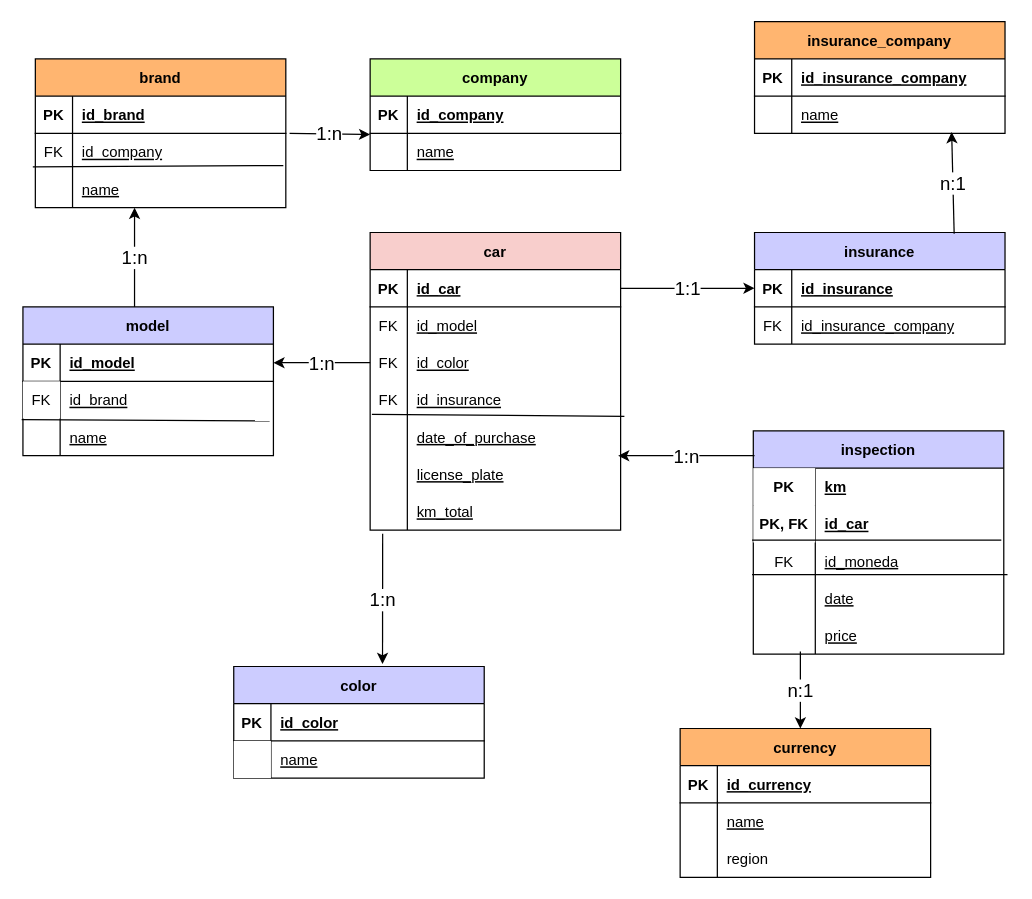
Before: diagrama.drawio in CGraciolli/Normalized-ER-Model-And-SQL-Query, a draw.io diagram. Source tidied: cells renumbered, new cells numbered last; positions are measured from the earlier drawing's top-left corner, leaving out a move shared by most shapes. Both pictures are drawn from the tidied source at 124%, with x=0, y=0 at pixel (22, 21).
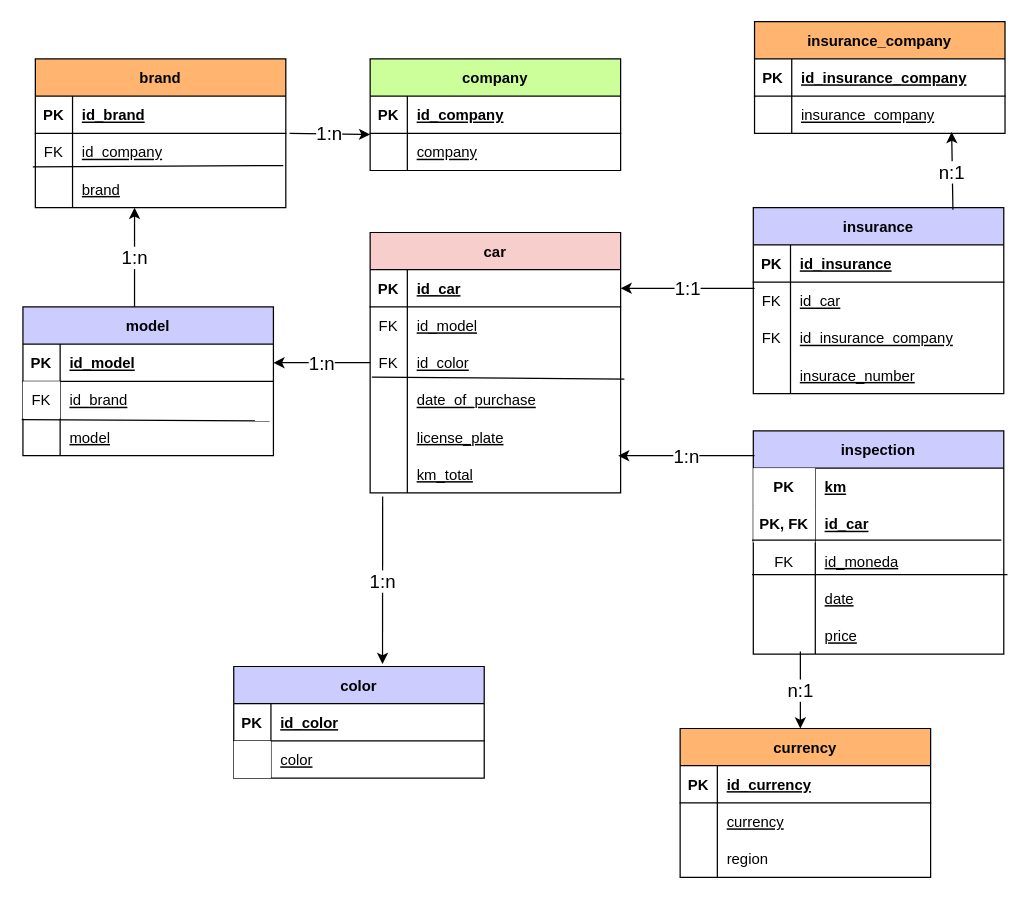
The same page after the edit.

The change refers to these unchanged cells:
```xml
<mxCell id="3" style="shape=partialRectangle;fillColor=none;points=[[0,0.5],[1,0.5]];portConstraint=eastwest;top=0;left=0;right=0;bottom=1;" parent="2" vertex="1">
  <mxGeometry y="30" width="202" height="30" as="geometry" />
</mxCell>
<mxCell id="32" style="shape=partialRectangle;fillColor=none;points=[[0,0.5],[1,0.5]];portConstraint=eastwest;top=0;left=0;right=0;bottom=0;" parent="25" vertex="1">
  <mxGeometry y="90" width="202" height="30" as="geometry" />
</mxCell>
<mxCell id="37" style="shape=partialRectangle;fillColor=none;points=[[0,0.5],[1,0.5]];portConstraint=eastwest;top=0;left=0;right=0;bottom=1;" parent="36" vertex="1">
  <mxGeometry y="30" width="202" height="30" as="geometry" />
</mxCell>
<mxCell id="68" style="shape=partialRectangle;fillColor=none;top=0;left=0;right=0;bottom=0;" parent="64" vertex="1">
  <mxGeometry y="60" width="202" height="30" as="geometry" />
</mxCell>
<mxCell id="79" style="shape=partialRectangle;fillColor=none;top=0;left=0;right=0;bottom=0;" parent="75" vertex="1">
  <mxGeometry y="60" width="202" height="30" as="geometry" />
</mxCell>
<mxCell id="87" style="shape=partialRectangle;fillColor=none;points=[[0,0.5],[1,0.5]];portConstraint=eastwest;top=0;left=0;right=0;bottom=0;" parent="83" vertex="1">
  <mxGeometry y="60" width="202" height="30" as="geometry" />
</mxCell>
<mxCell id="98" style="shape=partialRectangle;fillColor=none;points=[[0,0.5],[1,0.5]];portConstraint=eastwest;top=0;left=0;right=0;bottom=0;" parent="91" vertex="1">
  <mxGeometry y="90" width="202" height="30" as="geometry" />
</mxCell>
<mxCell id="107" style="shape=partialRectangle;fillColor=none;points=[[0,0.5],[1,0.5]];portConstraint=eastwest;top=0;left=0;right=0;bottom=0;" parent="103" vertex="1">
  <mxGeometry y="60" width="202" height="30" as="geometry" />
</mxCell>
```

The edit, as a diff of the source:
```diff
@@
     <mxCell id="2" value="car" style="shape=table;startSize=30;childLayout=tableLayout;rowLines=0;fontStyle=1;align=center;fillColor=#f8cecc;strokeColor=#000000;" parent="1" vertex="1">
-      <mxGeometry x="280" y="170" width="202" height="240" as="geometry" />
+      <mxGeometry x="280" y="170" width="202" height="210" as="geometry" />
     </mxCell>
@@
-    <mxCell id="12" style="shape=partialRectangle;fillColor=none;top=0;left=0;right=0;bottom=0;" parent="2" vertex="1">
-      <mxGeometry y="120" width="202" height="30" as="geometry" />
-    </mxCell>
-    <mxCell id="13" value="FK" style="shape=partialRectangle;overflow=hidden;fillColor=none;top=0;left=0;bottom=0;right=0;" parent="12" vertex="1">
-      <mxGeometry width="30" height="30" as="geometry" />
-    </mxCell>
-    <mxCell id="14" value="id_insurance" style="shape=partialRectangle;overflow=hidden;fillColor=none;top=0;left=0;bottom=0;right=0;align=left;spacingLeft=6;fontStyle=4;" parent="12" vertex="1">
-      <mxGeometry x="30" width="172" height="30" as="geometry" />
-    </mxCell>
     <mxCell id="15" style="shape=partialRectangle;fillColor=none;points=[[0,0.5],[1,0.5]];portConstraint=eastwest;top=0;left=0;right=0;bottom=0;fontStyle=4;" parent="2" vertex="1">
-      <mxGeometry y="150" width="202" height="30" as="geometry" />
+      <mxGeometry y="120" width="202" height="30" as="geometry" />
     </mxCell>
@@
     <mxCell id="18" style="shape=partialRectangle;fillColor=none;top=0;left=0;right=0;bottom=0;" parent="2" vertex="1">
-      <mxGeometry y="180" width="202" height="30" as="geometry" />
+      <mxGeometry y="150" width="202" height="30" as="geometry" />
     </mxCell>
@@
     <mxCell id="21" style="shape=partialRectangle;fillColor=none;points=[[0,0.5],[1,0.5]];portConstraint=eastwest;top=0;left=0;right=0;bottom=0;" parent="2" vertex="1">
-      <mxGeometry y="210" width="202" height="30" as="geometry" />
+      <mxGeometry y="180" width="202" height="30" as="geometry" />
     </mxCell>
@@
-    <mxCell id="34" value="name" style="shape=partialRectangle;overflow=hidden;fillColor=none;top=0;left=0;bottom=0;right=0;align=left;spacingLeft=6;fontStyle=4;" parent="32" vertex="1">
+    <mxCell id="34" value="model" style="shape=partialRectangle;overflow=hidden;fillColor=none;top=0;left=0;bottom=0;right=0;align=left;spacingLeft=6;fontStyle=4;" parent="32" vertex="1">
       <mxGeometry x="30" width="172" height="30" as="geometry" />
     </mxCell>
@@
     <mxCell id="36" value="insurance" style="shape=table;startSize=30;childLayout=tableLayout;rowLines=0;fontStyle=1;align=center;fillColor=#CCCCFF;strokeColor=#000000;" parent="1" vertex="1">
-      <mxGeometry x="590" y="170" width="202" height="90" as="geometry" />
+      <mxGeometry x="589" y="150" width="202" height="150" as="geometry" />
     </mxCell>
@@
+    <mxCell id="111" style="shape=partialRectangle;fillColor=none;top=0;left=0;right=0;bottom=0;" parent="36" vertex="1">
+      <mxGeometry y="60" width="202" height="30" as="geometry" />
+    </mxCell>
+    <mxCell id="13" value="FK" style="shape=partialRectangle;overflow=hidden;fillColor=none;top=0;left=0;bottom=0;right=0;" parent="111" vertex="1">
+      <mxGeometry width="30" height="30" as="geometry" />
+    </mxCell>
+    <mxCell id="112" value="id_car" style="shape=partialRectangle;overflow=hidden;fillColor=none;top=0;left=0;bottom=0;right=0;align=left;spacingLeft=6;fontStyle=4;" parent="111" vertex="1">
+      <mxGeometry x="30" width="172" height="30" as="geometry" />
+    </mxCell>
     <mxCell id="40" style="shape=partialRectangle;fillColor=none;top=0;left=0;right=0;bottom=0;" parent="36" vertex="1">
-      <mxGeometry y="60" width="202" height="30" as="geometry" />
+      <mxGeometry y="90" width="202" height="30" as="geometry" />
     </mxCell>
@@
+    <mxCell id="12" style="shape=partialRectangle;fillColor=none;top=0;left=0;right=0;bottom=0;" parent="36" vertex="1">
+      <mxGeometry y="120" width="202" height="30" as="geometry" />
+    </mxCell>
+    <mxCell id="113" style="shape=partialRectangle;overflow=hidden;fillColor=none;top=0;left=0;bottom=0;right=0;" parent="12" vertex="1">
+      <mxGeometry width="30" height="30" as="geometry" />
+    </mxCell>
+    <mxCell id="114" value="insurace_number" style="shape=partialRectangle;overflow=hidden;fillColor=none;top=0;left=0;bottom=0;right=0;align=left;spacingLeft=6;fontStyle=4;" parent="12" vertex="1">
+      <mxGeometry x="30" width="172" height="30" as="geometry" />
+    </mxCell>
@@
-    <mxCell id="44" value="1:1" style="endArrow=classic;html=1;rounded=0;exitX=1;exitY=0.5;exitDx=0;exitDy=0;entryX=0;entryY=0.5;entryDx=0;entryDy=0;fontSize=15;" parent="1" edge="1" source="3" target="37">
-      <mxGeometry relative="1" as="geometry" />
-    </mxCell>
@@
-    <mxCell id="70" value="name" style="shape=partialRectangle;overflow=hidden;fillColor=none;top=0;left=0;bottom=0;right=0;align=left;spacingLeft=6;fontStyle=4;" parent="68" vertex="1">
+    <mxCell id="70" value="currency" style="shape=partialRectangle;overflow=hidden;fillColor=none;top=0;left=0;bottom=0;right=0;align=left;spacingLeft=6;fontStyle=4;" parent="68" vertex="1">
       <mxGeometry x="30" width="172" height="30" as="geometry" />
     </mxCell>
@@
-    <mxCell id="81" value="name" style="shape=partialRectangle;overflow=hidden;fillColor=none;top=0;left=0;bottom=0;right=0;align=left;spacingLeft=6;fontStyle=4;" parent="79" vertex="1">
+    <mxCell id="81" value="color" style="shape=partialRectangle;overflow=hidden;fillColor=none;top=0;left=0;bottom=0;right=0;align=left;spacingLeft=6;fontStyle=4;" parent="79" vertex="1">
       <mxGeometry x="30" width="172" height="30" as="geometry" />
     </mxCell>
@@
-    <mxCell id="89" value="name" style="shape=partialRectangle;overflow=hidden;fillColor=none;top=0;left=0;bottom=0;right=0;align=left;spacingLeft=6;fontStyle=4;" parent="87" vertex="1">
+    <mxCell id="89" value="insurance_company" style="shape=partialRectangle;overflow=hidden;fillColor=none;top=0;left=0;bottom=0;right=0;align=left;spacingLeft=6;fontStyle=4;" parent="87" vertex="1">
       <mxGeometry x="30" width="172" height="30" as="geometry" />
     </mxCell>
@@
-    <mxCell id="100" value="name" style="shape=partialRectangle;overflow=hidden;fillColor=none;top=0;left=0;bottom=0;right=0;align=left;spacingLeft=6;fontStyle=4;" parent="98" vertex="1">
+    <mxCell id="100" value="brand" style="shape=partialRectangle;overflow=hidden;fillColor=none;top=0;left=0;bottom=0;right=0;align=left;spacingLeft=6;fontStyle=4;" parent="98" vertex="1">
       <mxGeometry x="30" width="172" height="30" as="geometry" />
     </mxCell>
@@
-    <mxCell id="109" value="name" style="shape=partialRectangle;overflow=hidden;fillColor=none;top=0;left=0;bottom=0;right=0;align=left;spacingLeft=6;fontStyle=4;" parent="107" vertex="1">
+    <mxCell id="109" value="company" style="shape=partialRectangle;overflow=hidden;fillColor=none;top=0;left=0;bottom=0;right=0;align=left;spacingLeft=6;fontStyle=4;" parent="107" vertex="1">
       <mxGeometry x="30" width="172" height="30" as="geometry" />
     </mxCell>
@@
+    <mxCell id="44" value="1:1" style="endArrow=classic;html=1;rounded=0;entryX=1;entryY=0.5;entryDx=0;entryDy=0;fontSize=15;" parent="1" edge="1" target="3">
+      <mxGeometry relative="1" as="geometry">
+        <mxPoint x="590" y="215" as="sourcePoint" />
+      </mxGeometry>
+    </mxCell>
```
